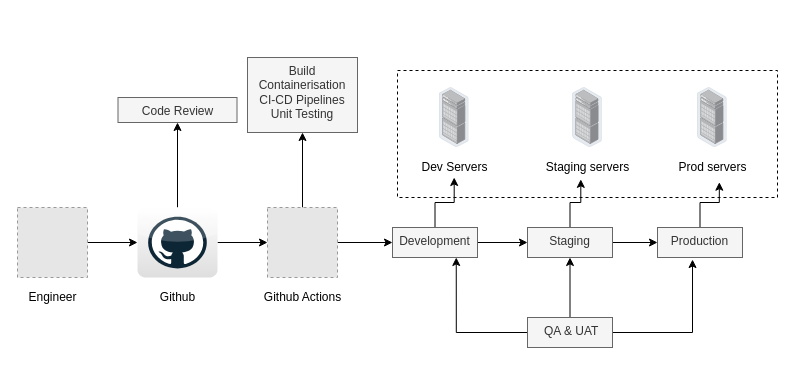
Before: images/Untitled Diagram.drawio in anmolmalik97/bestcardetailing, a draw.io diagram. Source tidied: cells renumbered, new cells numbered last; positions are measured from the earlier drawing's top-left corner, leaving out a move shared by most shapes. Both pictures are drawn from the tidied source at 100%, with x=0, y=0 at pixel (17, 57). Pictures stored in the file or linked from it are replaced by grey dashed boxes.
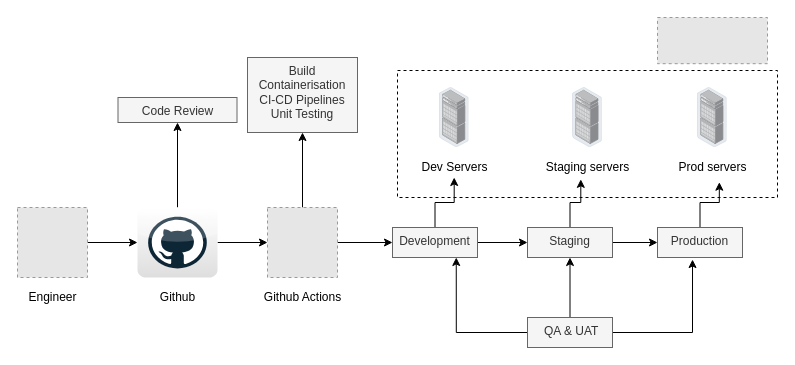
After the change.

Diff of the diagram source:
```diff
@@
+    <mxCell id="34" style="fillColor=#E6E6E6;strokeColor=#999999;dashed=1;verticalLabelPosition=bottom;verticalAlign=top;" parent="1" vertex="1">
+      <mxGeometry x="640" y="-40" width="110" height="46.2" as="geometry" />
+    </mxCell>
```
